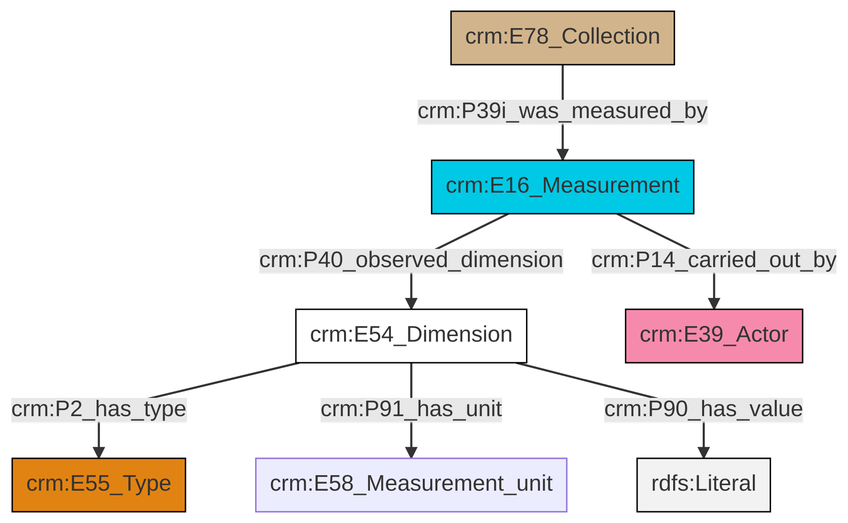
Above: et/archivalCSV/ttl/mmd/png/archival_substance.png in swiss-art-research-net/docs.swissartresearch (Mermaid), before the change. Its source is kept beside it as et/archivalCSV/ttl/mmd/archival_substance.ttl.mmd.
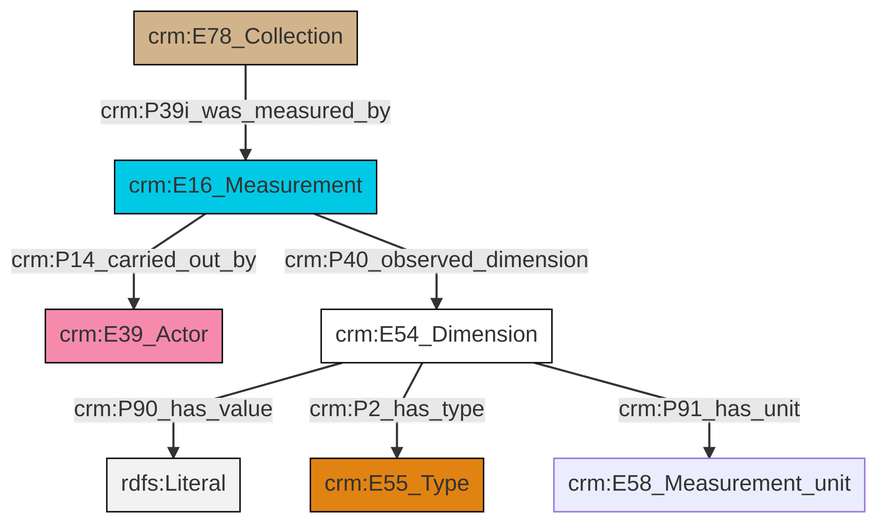
The same diagram one commit later.

Change to the diagram source:
```diff
@@ -13,9 +13,9 @@
 classDef PC_Classes fill:#4ce600, stroke:#000000;
 classDef Multi fill:#cccccc,stroke:#000000;
 
-0["crm:E54_Dimension"]:::CRM_Entity -->|crm:P2_has_type| 1["crm:E55_Type"]:::Type
-4["crm:E16_Measurement"]:::Temporal_Entity -->|crm:P14_carried_out_by| 2["crm:E39_Actor"]:::Actor
-4["crm:E16_Measurement"]:::Temporal_Entity -->|crm:P40_observed_dimension| 0["crm:E54_Dimension"]:::CRM_Entity
-10["crm:E78_Collection"]:::Physical_Thing -->|crm:P39i_was_measured_by| 4["crm:E16_Measurement"]:::Temporal_Entity
-0["crm:E54_Dimension"]:::CRM_Entity -->|crm:P91_has_unit| 7["crm:E58_Measurement_unit"]:::Default
-0["crm:E54_Dimension"]:::CRM_Entity -->|crm:P90_has_value| 12[rdfs:Literal]:::Literal
+4["crm:E54_Dimension"]:::CRM_Entity -->|crm:P90_has_value| 5[rdfs:Literal]:::Literal
+7["crm:E16_Measurement"]:::Temporal_Entity -->|crm:P40_observed_dimension| 4["crm:E54_Dimension"]:::CRM_Entity
+4["crm:E54_Dimension"]:::CRM_Entity -->|crm:P2_has_type| 10["crm:E55_Type"]:::Type
+7["crm:E16_Measurement"]:::Temporal_Entity -->|crm:P14_carried_out_by| 2["crm:E39_Actor"]:::Actor
+8["crm:E78_Collection"]:::Physical_Thing -->|crm:P39i_was_measured_by| 7["crm:E16_Measurement"]:::Temporal_Entity
+4["crm:E54_Dimension"]:::CRM_Entity -->|crm:P91_has_unit| 0["crm:E58_Measurement_unit"]:::Default
```
